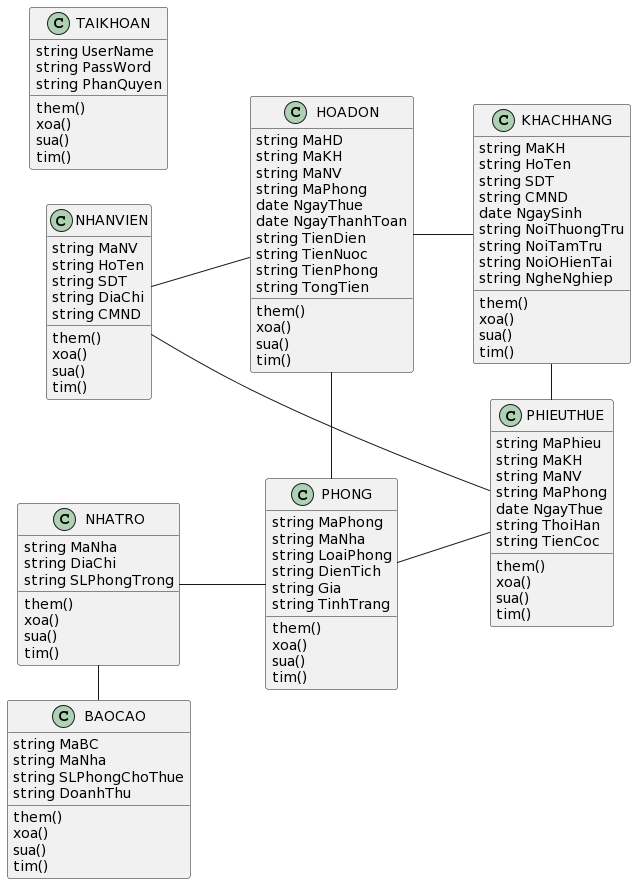
Above: Lab1.2/ClassDiagram.png in VoTanTien/SE357-Pratice-class (PlantUML), before the change. The source it was exported from:
```plantuml
@startuml
class KHACHHANG
{
  string MaKH
  string HoTen
  string SDT
  string CMND
  date NgaySinh
  string NoiThuongTru
  string NoiTamTru
  string NoiOHienTai
  string NgheNghiep
  them()
  xoa()
  sua()
  tim()
}
class NHATRO
{
  string MaNha
  string DiaChi
  string SLPhongTrong
  them()
  xoa()
  sua()
  tim()
}
class PHONG
{
  string MaPhong
  string MaNha
  string LoaiPhong
  string DienTich
  string Gia
  string TinhTrang
  them()
  xoa()
  sua()
  tim()
}
class NHANVIEN
{
  string MaNV
  string HoTen
  string SDT
  string DiaChi
  string CMND
  them()
  xoa()
  sua()
  tim()
}
class TAIKHOAN
{
  string UserName
  string PassWord
  string PhanQuyen
  them()
  xoa()
  sua()
  tim()
}
class HOADON
{
  string MaHD
  string MaKH
  string MaNV
  string MaPhong
  date NgayThue
  date NgayThanhToan
  string TienDien
  string TienNuoc
  string TienPhong
  string TongTien
  them()
  xoa()
  sua()
  tim()
}
class PHIEUTHUE
{
  string MaPhieu
  string MaKH
  string MaNV
  string MaPhong
  date NgayThue
  string ThoiHan
  string TienCoc
  them()
  xoa()
  sua()
  tim()
}
class BAOCAO
{
  string MaBC
  string MaNha
  string SLPhongChoThue
  string DoanhThu
  them()
  xoa()
  sua()
  tim()
}
left to right direction
KHACHHANG -up- HOADON
NHATRO -down- PHONG
PHONG -left- HOADON
NHANVIEN -down- HOADON
KHACHHANG - PHIEUTHUE
NHANVIEN - PHIEUTHUE
PHONG - PHIEUTHUE
NHATRO - BAOCAO
@enduml
```
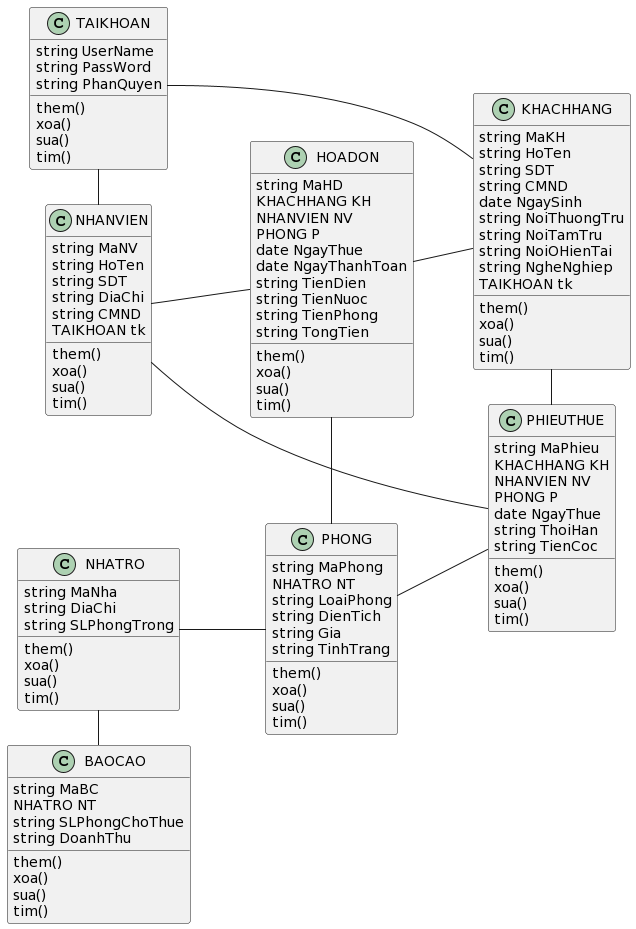
Above is the later version.

Change to the diagram source:
```diff
@@ -10,6 +10,7 @@
   string NoiTamTru
   string NoiOHienTai
   string NgheNghiep
+  TAIKHOAN tk
   them()
   xoa()
   sua()
@@ -28,7 +29,7 @@
 class PHONG
 {
   string MaPhong
-  string MaNha
+  NHATRO NT
   string LoaiPhong
   string DienTich
   string Gia
@@ -45,6 +46,7 @@
   string SDT
   string DiaChi
   string CMND
+  TAIKHOAN tk
   them()
   xoa()
   sua()
@@ -63,9 +65,9 @@
 class HOADON
 {
   string MaHD
-  string MaKH
-  string MaNV
-  string MaPhong
+  KHACHHANG KH
+  NHANVIEN NV
+  PHONG P
   date NgayThue
   date NgayThanhToan
   string TienDien
@@ -80,9 +82,9 @@
 class PHIEUTHUE
 {
   string MaPhieu
-  string MaKH
-  string MaNV
-  string MaPhong
+  KHACHHANG KH
+  NHANVIEN NV
+  PHONG P
   date NgayThue
   string ThoiHan
   string TienCoc
@@ -94,7 +96,7 @@
 class BAOCAO
 {
   string MaBC
-  string MaNha
+  NHATRO NT
   string SLPhongChoThue
   string DoanhThu
   them()
@@ -111,4 +113,6 @@
 NHANVIEN - PHIEUTHUE
 PHONG - PHIEUTHUE
 NHATRO - BAOCAO
+TAIKHOAN - KHACHHANG
+TAIKHOAN - NHANVIEN
 @enduml
```
